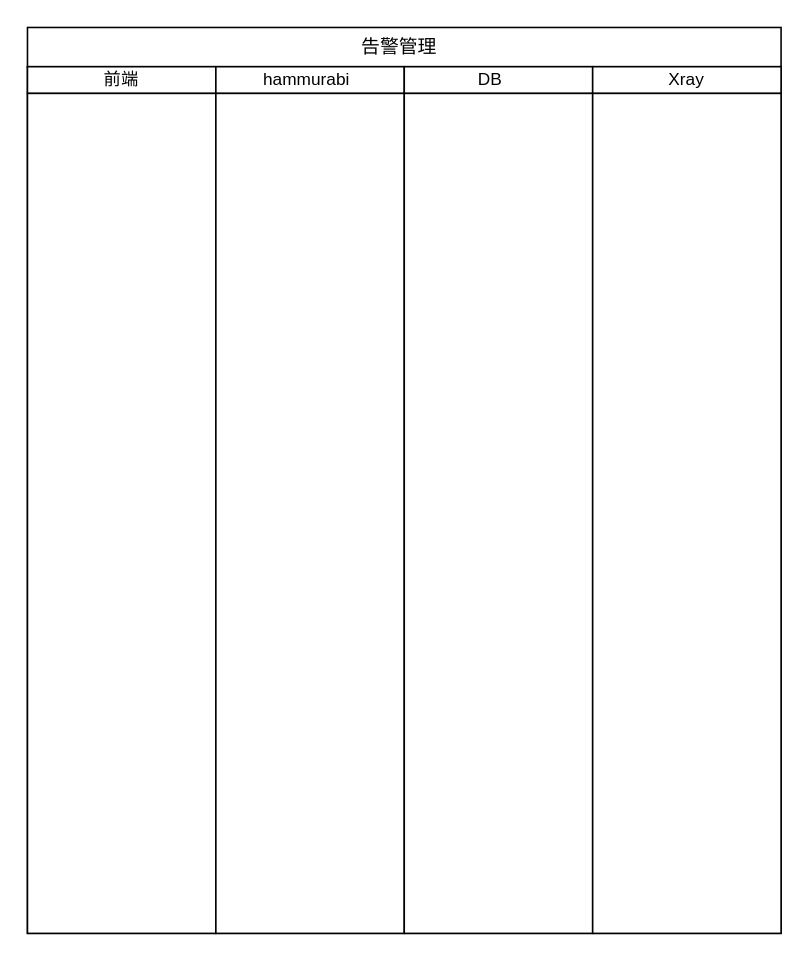
This is 监控告警3期.drawio from Pumpkin9841/pictures, a draw.io file, before an edit. Source tidied: cells renumbered, new cells numbered last; positions are measured from the earlier drawing's top-left corner, leaving out a move shared by most shapes. Both pictures are drawn from the tidied source at 157%, with x=0, y=0 at pixel (27, 27).
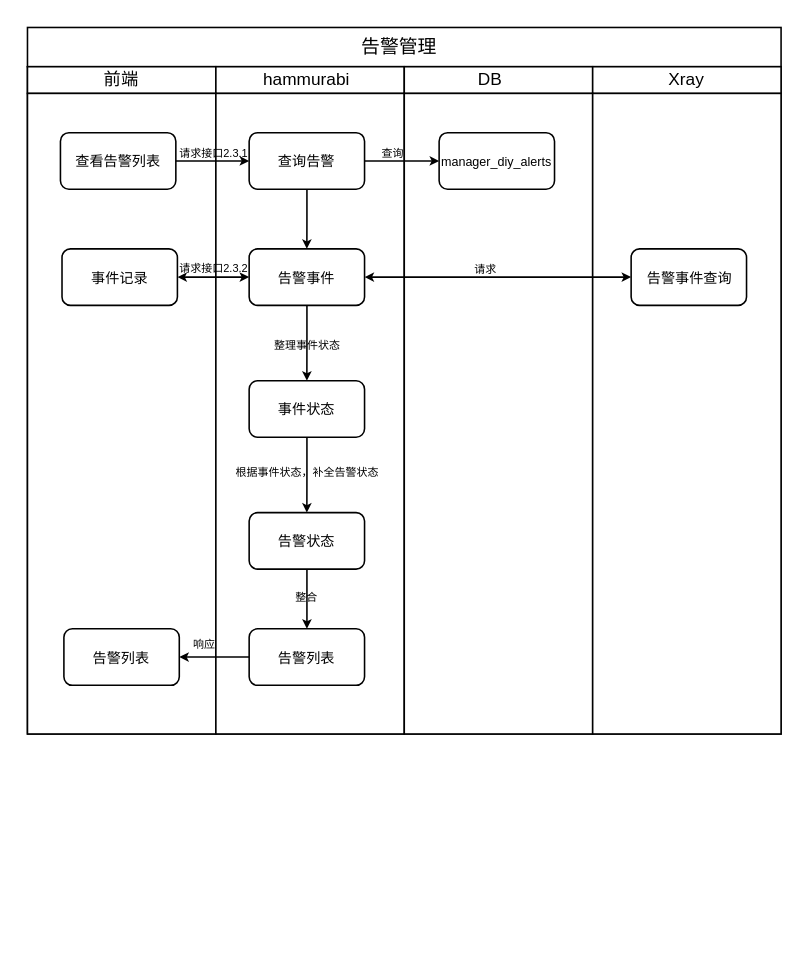
After the change.

Commit message:
更新监控告警3期.drawio

Change to the diagram source:
```diff
@@
     <mxCell id="3" style="rounded=0;whiteSpace=wrap;html=1;" parent="1" vertex="1">
-      <mxGeometry y="25" width="480" height="552" as="geometry" />
+      <mxGeometry y="25" width="480" height="425" as="geometry" />
     </mxCell>
@@
     <mxCell id="8" style="rounded=0;whiteSpace=wrap;html=1;" parent="1" vertex="1">
-      <mxGeometry y="42" width="120" height="535" as="geometry" />
+      <mxGeometry y="42" width="120" height="408" as="geometry" />
     </mxCell>
     <mxCell id="9" style="rounded=0;whiteSpace=wrap;html=1;" parent="1" vertex="1">
-      <mxGeometry x="120" y="42" width="120" height="535" as="geometry" />
+      <mxGeometry x="120" y="42" width="120" height="408" as="geometry" />
     </mxCell>
     <mxCell id="10" style="rounded=0;whiteSpace=wrap;html=1;" parent="1" vertex="1">
-      <mxGeometry x="240" y="42" width="120" height="535" as="geometry" />
+      <mxGeometry x="240" y="42" width="120" height="408" as="geometry" />
     </mxCell>
     <mxCell id="11" style="rounded=0;whiteSpace=wrap;html=1;" parent="1" vertex="1">
-      <mxGeometry x="360" y="42" width="120" height="535" as="geometry" />
+      <mxGeometry x="360" y="42" width="120" height="408" as="geometry" />
     </mxCell>
@@
+    <mxCell id="17" style="edgeStyle=orthogonalEdgeStyle;rounded=0;jettySize=auto;html=1;entryX=0;entryY=0.5;entryDx=0;entryDy=0;endSize=3;" parent="1" edge="1" source="18" target="21">
+      <mxGeometry relative="1" as="geometry" />
+    </mxCell>
+    <mxCell id="18" value="&lt;font style=&quot;font-size: 9px;&quot;&gt;查看告警列表&lt;/font&gt;" style="rounded=1;whiteSpace=wrap;html=1;" parent="1" vertex="1">
+      <mxGeometry x="21" y="67" width="73.5" height="36" as="geometry" />
+    </mxCell>
+    <mxCell id="19" style="edgeStyle=orthogonalEdgeStyle;rounded=0;jettySize=auto;html=1;entryX=0.5;entryY=0;entryDx=0;entryDy=0;startSize=6;endSize=3;" parent="1" edge="1" source="21" target="26">
+      <mxGeometry relative="1" as="geometry" />
+    </mxCell>
+    <mxCell id="20" style="edgeStyle=orthogonalEdgeStyle;rounded=0;jettySize=auto;html=1;entryX=0;entryY=0.5;entryDx=0;entryDy=0;endSize=3;" parent="1" edge="1" source="21" target="22">
+      <mxGeometry relative="1" as="geometry" />
+    </mxCell>
+    <mxCell id="21" value="&lt;font style=&quot;font-size: 9px;&quot;&gt;查询告警&lt;/font&gt;" style="rounded=1;whiteSpace=wrap;html=1;" parent="1" vertex="1">
+      <mxGeometry x="141.2" y="67" width="73.5" height="36" as="geometry" />
+    </mxCell>
+    <mxCell id="22" value="&lt;font style=&quot;font-size: 8px;&quot;&gt;manager_diy_alerts&lt;/font&gt;" style="rounded=1;whiteSpace=wrap;html=1;" parent="1" vertex="1">
+      <mxGeometry x="262.2" y="67" width="73.5" height="36" as="geometry" />
+    </mxCell>
+    <mxCell id="23" value="&lt;font style=&quot;font-size: 7px;&quot;&gt;请求接口2.3.1&lt;/font&gt;" style="text;html=1;align=center;verticalAlign=middle;whiteSpace=wrap;rounded=0;" parent="1" vertex="1">
+      <mxGeometry x="90" y="66" width="58" height="26" as="geometry" />
+    </mxCell>
+    <mxCell id="24" style="edgeStyle=orthogonalEdgeStyle;rounded=0;jettySize=auto;html=1;entryX=0;entryY=0.5;entryDx=0;entryDy=0;startArrow=classic;startFill=1;startSize=3;endSize=3;" parent="1" edge="1" source="26" target="27">
+      <mxGeometry relative="1" as="geometry" />
+    </mxCell>
+    <mxCell id="25" style="edgeStyle=orthogonalEdgeStyle;rounded=0;jettySize=auto;html=1;entryX=0.5;entryY=0;entryDx=0;entryDy=0;endSize=3;" parent="1" edge="1" source="26" target="29">
+      <mxGeometry relative="1" as="geometry" />
+    </mxCell>
+    <mxCell id="26" value="&lt;font style=&quot;font-size: 9px;&quot;&gt;告警事件&lt;/font&gt;" style="rounded=1;whiteSpace=wrap;html=1;" parent="1" vertex="1">
+      <mxGeometry x="141.2" y="141" width="73.5" height="36" as="geometry" />
+    </mxCell>
+    <mxCell id="27" value="&lt;font style=&quot;font-size: 9px;&quot;&gt;告警事件查询&lt;/font&gt;" style="rounded=1;whiteSpace=wrap;html=1;" parent="1" vertex="1">
+      <mxGeometry x="384.5" y="141" width="73.5" height="36" as="geometry" />
+    </mxCell>
+    <mxCell id="28" style="edgeStyle=orthogonalEdgeStyle;rounded=0;jettySize=auto;html=1;entryX=0.5;entryY=0;entryDx=0;entryDy=0;endSize=3;" parent="1" edge="1" source="29" target="33">
+      <mxGeometry relative="1" as="geometry" />
+    </mxCell>
+    <mxCell id="29" value="&lt;font style=&quot;font-size: 9px;&quot;&gt;事件状态&lt;/font&gt;" style="rounded=1;whiteSpace=wrap;html=1;" parent="1" vertex="1">
+      <mxGeometry x="141.2" y="225" width="73.5" height="36" as="geometry" />
+    </mxCell>
+    <mxCell id="30" value="&lt;font style=&quot;font-size: 7px;&quot;&gt;根据事件状态，补全告警状态&lt;/font&gt;" style="text;html=1;align=center;verticalAlign=middle;whiteSpace=wrap;rounded=0;" parent="1" vertex="1">
+      <mxGeometry x="130.5" y="269" width="95" height="26" as="geometry" />
+    </mxCell>
+    <mxCell id="31" value="&lt;font style=&quot;font-size: 7px;&quot;&gt;整理事件状态&lt;/font&gt;" style="text;html=1;align=center;verticalAlign=middle;whiteSpace=wrap;rounded=0;" parent="1" vertex="1">
+      <mxGeometry x="130.5" y="188" width="95" height="26" as="geometry" />
+    </mxCell>
+    <mxCell id="32" style="edgeStyle=orthogonalEdgeStyle;rounded=0;jettySize=auto;html=1;endSize=3;" parent="1" edge="1" source="33" target="37">
+      <mxGeometry relative="1" as="geometry" />
+    </mxCell>
+    <mxCell id="33" value="&lt;font style=&quot;font-size: 9px;&quot;&gt;告警状态&lt;/font&gt;" style="rounded=1;whiteSpace=wrap;html=1;" parent="1" vertex="1">
+      <mxGeometry x="141.2" y="309" width="73.5" height="36" as="geometry" />
+    </mxCell>
+    <mxCell id="34" style="edgeStyle=orthogonalEdgeStyle;rounded=0;jettySize=auto;html=1;entryX=0;entryY=0.5;entryDx=0;entryDy=0;startArrow=classic;startFill=1;startSize=3;endSize=3;" parent="1" edge="1" source="35" target="26">
+      <mxGeometry relative="1" as="geometry" />
+    </mxCell>
+    <mxCell id="35" value="&lt;font style=&quot;font-size: 9px;&quot;&gt;事件记录&lt;/font&gt;" style="rounded=1;whiteSpace=wrap;html=1;" parent="1" vertex="1">
+      <mxGeometry x="22" y="141" width="73.5" height="36" as="geometry" />
+    </mxCell>
+    <mxCell id="36" style="edgeStyle=orthogonalEdgeStyle;rounded=0;jettySize=auto;html=1;startSize=4;endSize=3;" parent="1" edge="1" source="37" target="39">
+      <mxGeometry relative="1" as="geometry" />
+    </mxCell>
+    <mxCell id="37" value="&lt;font style=&quot;font-size: 9px;&quot;&gt;告警列表&lt;/font&gt;" style="rounded=1;whiteSpace=wrap;html=1;" parent="1" vertex="1">
+      <mxGeometry x="141.2" y="383" width="73.5" height="36" as="geometry" />
+    </mxCell>
+    <mxCell id="38" value="&lt;font style=&quot;font-size: 7px;&quot;&gt;整合&lt;/font&gt;" style="text;html=1;align=center;verticalAlign=middle;whiteSpace=wrap;rounded=0;" parent="1" vertex="1">
+      <mxGeometry x="163.2" y="353" width="29.5" height="17" as="geometry" />
+    </mxCell>
+    <mxCell id="39" value="&lt;font style=&quot;font-size: 9px;&quot;&gt;告警列表&lt;/font&gt;" style="rounded=1;whiteSpace=wrap;html=1;" parent="1" vertex="1">
+      <mxGeometry x="23.2" y="383" width="73.5" height="36" as="geometry" />
+    </mxCell>
+    <mxCell id="40" value="&lt;font style=&quot;font-size: 7px;&quot;&gt;请求接口2.3.2&lt;/font&gt;" style="text;html=1;align=center;verticalAlign=middle;whiteSpace=wrap;rounded=0;" parent="1" vertex="1">
+      <mxGeometry x="90" y="139" width="58" height="26" as="geometry" />
+    </mxCell>
+    <mxCell id="41" value="&lt;font style=&quot;font-size: 7px;&quot;&gt;查询&lt;/font&gt;" style="text;html=1;align=center;verticalAlign=middle;whiteSpace=wrap;rounded=0;" parent="1" vertex="1">
+      <mxGeometry x="218" y="70" width="29.5" height="17" as="geometry" />
+    </mxCell>
+    <mxCell id="42" value="&lt;font style=&quot;font-size: 7px;&quot;&gt;请求&lt;/font&gt;" style="text;html=1;align=center;verticalAlign=middle;whiteSpace=wrap;rounded=0;" parent="1" vertex="1">
+      <mxGeometry x="277" y="144" width="29.5" height="17" as="geometry" />
+    </mxCell>
+    <mxCell id="43" value="&lt;font style=&quot;font-size: 7px;&quot;&gt;响应&lt;/font&gt;" style="text;html=1;align=center;verticalAlign=middle;whiteSpace=wrap;rounded=0;" parent="1" vertex="1">
+      <mxGeometry x="98" y="383" width="29.5" height="17" as="geometry" />
+    </mxCell>
```
